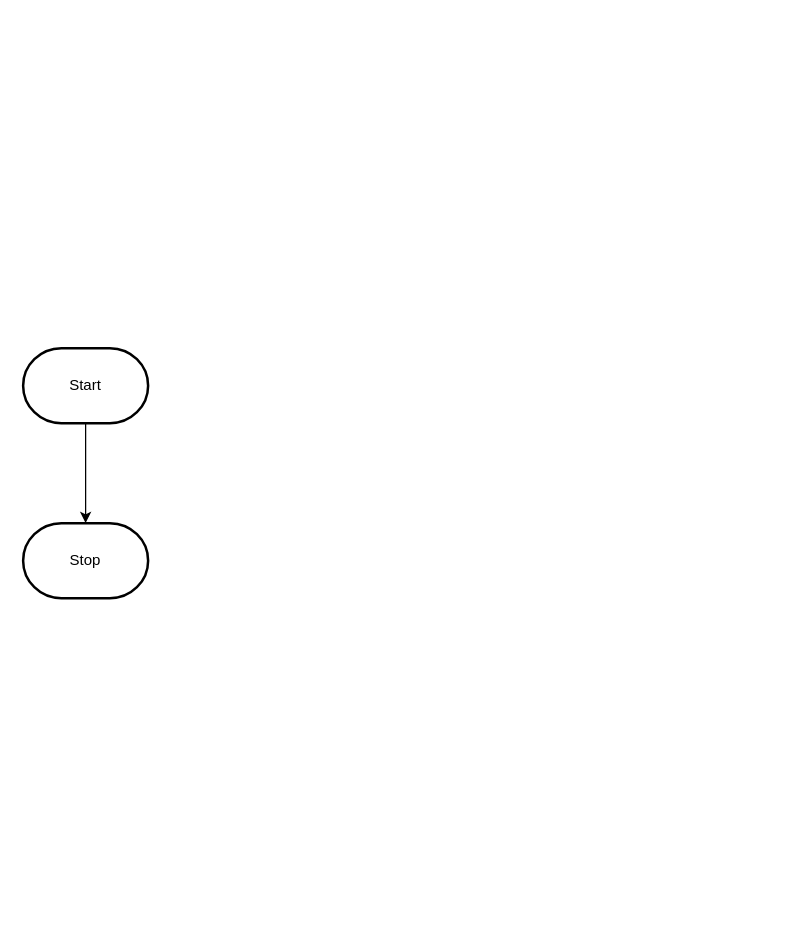
Earlier version of the draw.io diagram design/flowchart.drawio (MTHS-ICS2O-2-2022/ICS2O-Assignment-05-janet-do). Source tidied: cells renumbered, new cells numbered last; positions are measured from the earlier drawing's top-left corner, leaving out a move shared by most shapes. Both pictures are drawn from the tidied source at 125%, with x=0, y=0 at pixel (22, 348).
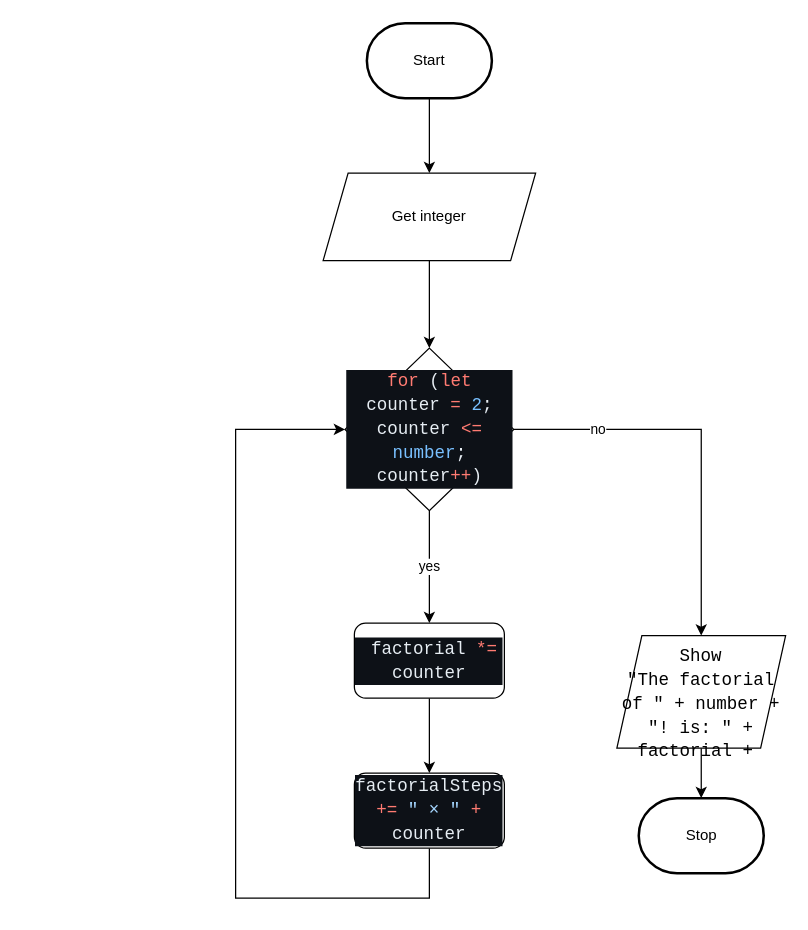
The same diagram, later.

What changed in the source:
```diff
@@
 <mxGraphModel>
   <root>
     <mxCell id="0" />
     <mxCell id="1" parent="0" />
-    <mxCell id="2" style="edgeStyle=orthogonalEdgeStyle;html=1;rounded=0;" parent="1" edge="1" source="3" target="4">
-      <mxGeometry relative="1" as="geometry" />
-    </mxCell>
+    <mxCell id="5" style="edgeStyle=orthogonalEdgeStyle;html=1;rounded=0;" parent="1" edge="1" source="3" target="7">
+      <mxGeometry relative="1" as="geometry" />
+    </mxCell>
     <mxCell id="3" value="Start" style="strokeWidth=2;html=1;shape=mxgraph.flowchart.terminator;whiteSpace=wrap;" parent="1" vertex="1">
-      <mxGeometry width="100" height="60" as="geometry" />
+      <mxGeometry x="275" y="-260" width="100" height="60" as="geometry" />
     </mxCell>
     <mxCell id="4" value="Stop" style="strokeWidth=2;html=1;shape=mxgraph.flowchart.terminator;whiteSpace=wrap;" parent="1" vertex="1">
-      <mxGeometry y="140" width="100" height="60" as="geometry" />
+      <mxGeometry x="492.5" y="360" width="100" height="60" as="geometry" />
     </mxCell>
+    <mxCell id="6" style="edgeStyle=orthogonalEdgeStyle;html=1;entryX=0.5;entryY=0;entryDx=0;entryDy=0;fontColor=#000000;rounded=0;" parent="1" edge="1" source="7" target="11">
+      <mxGeometry relative="1" as="geometry" />
+    </mxCell>
+    <mxCell id="7" value="Get integer" style="shape=parallelogram;perimeter=parallelogramPerimeter;whiteSpace=wrap;html=1;fixedSize=1;" parent="1" vertex="1">
+      <mxGeometry x="240" y="-140" width="170" height="70" as="geometry" />
+    </mxCell>
+    <mxCell id="8" value="yes" style="edgeStyle=orthogonalEdgeStyle;rounded=0;html=1;entryX=0.5;entryY=0;entryDx=0;entryDy=0;fontColor=#000000;" parent="1" edge="1" source="11" target="15">
+      <mxGeometry relative="1" as="geometry" />
+    </mxCell>
+    <mxCell id="9" style="edgeStyle=orthogonalEdgeStyle;rounded=0;html=1;entryX=0.5;entryY=0;entryDx=0;entryDy=0;fontColor=#000000;" parent="1" edge="1" source="11" target="13">
+      <mxGeometry relative="1" as="geometry" />
+    </mxCell>
+    <mxCell id="10" value="no" style="edgeLabel;html=1;align=center;verticalAlign=middle;fontColor=#000000;" parent="9" vertex="1">
+      <mxGeometry x="-0.58" y="1" relative="1" as="geometry">
+        <mxPoint x="1" as="offset" />
+      </mxGeometry>
+    </mxCell>
+    <mxCell id="11" value="&lt;div style=&quot;font-family: Consolas, &amp;quot;Courier New&amp;quot;, monospace; font-size: 14px; line-height: 19px;&quot;&gt;&lt;div style=&quot;color: rgb(230, 237, 243); background-color: rgb(13, 17, 23); line-height: 19px;&quot;&gt;&lt;span style=&quot;color: #ff7b72;&quot;&gt;for&lt;/span&gt; (&lt;span style=&quot;color: #ff7b72;&quot;&gt;let&lt;/span&gt; counter &lt;span style=&quot;color: #ff7b72;&quot;&gt;=&lt;/span&gt; &lt;span style=&quot;color: #79c0ff;&quot;&gt;2&lt;/span&gt;; counter &lt;span style=&quot;color: #ff7b72;&quot;&gt;&amp;lt;=&lt;/span&gt; &lt;span style=&quot;color: #79c0ff;&quot;&gt;number&lt;/span&gt;; counter&lt;span style=&quot;color: #ff7b72;&quot;&gt;++&lt;/span&gt;)&lt;/div&gt;&lt;/div&gt;" style="rhombus;whiteSpace=wrap;html=1;" parent="1" vertex="1">
+      <mxGeometry x="257.5" width="135" height="130" as="geometry" />
+    </mxCell>
+    <mxCell id="12" style="edgeStyle=orthogonalEdgeStyle;rounded=0;html=1;entryX=0.5;entryY=0;entryDx=0;entryDy=0;entryPerimeter=0;fontColor=#000000;" parent="1" edge="1" source="13" target="4">
+      <mxGeometry relative="1" as="geometry" />
+    </mxCell>
+    <mxCell id="13" value="&lt;div style=&quot;font-family: Consolas, &amp;quot;Courier New&amp;quot;, monospace; font-size: 14px; line-height: 19px;&quot;&gt;&lt;div style=&quot;line-height: 19px;&quot;&gt;&lt;br&gt;&lt;/div&gt;&lt;div style=&quot;line-height: 19px;&quot;&gt;Show&lt;/div&gt;&lt;div style=&quot;line-height: 19px;&quot;&gt;&quot;The factorial of &quot; + number + &quot;! is: &quot; + factorial +&amp;nbsp;&lt;/div&gt;&lt;/div&gt;" style="shape=parallelogram;perimeter=parallelogramPerimeter;whiteSpace=wrap;html=1;fixedSize=1;labelBackgroundColor=none;fontColor=#000000;" parent="1" vertex="1">
+      <mxGeometry x="475" y="230" width="135" height="90" as="geometry" />
+    </mxCell>
+    <mxCell id="14" style="edgeStyle=orthogonalEdgeStyle;rounded=0;html=1;entryX=0.5;entryY=0;entryDx=0;entryDy=0;fontColor=#000000;" parent="1" edge="1" source="15" target="17">
+      <mxGeometry relative="1" as="geometry" />
+    </mxCell>
+    <mxCell id="15" value="&lt;div style=&quot;font-family: Consolas, &amp;quot;Courier New&amp;quot;, monospace; font-size: 14px;&quot;&gt;&lt;div style=&quot;color: rgb(230, 237, 243); background-color: rgb(13, 17, 23); line-height: 19px;&quot;&gt;&amp;nbsp;factorial &lt;span style=&quot;color: #ff7b72;&quot;&gt;*=&lt;/span&gt; counter&lt;/div&gt;&lt;/div&gt;" style="rounded=1;whiteSpace=wrap;html=1;labelBackgroundColor=none;fontColor=#000000;" parent="1" vertex="1">
+      <mxGeometry x="265" y="220" width="120" height="60" as="geometry" />
+    </mxCell>
+    <mxCell id="16" style="edgeStyle=orthogonalEdgeStyle;rounded=0;html=1;entryX=0;entryY=0.5;entryDx=0;entryDy=0;fontColor=#000000;" parent="1" edge="1" source="17" target="11">
+      <mxGeometry relative="1" as="geometry">
+        <Array as="points">
+          <mxPoint x="325" y="440" />
+          <mxPoint x="170" y="440" />
+          <mxPoint x="170" y="65" />
+        </Array>
+      </mxGeometry>
+    </mxCell>
+    <mxCell id="17" value="&lt;div style=&quot;color: rgb(230, 237, 243); background-color: rgb(13, 17, 23); font-family: Consolas, &amp;quot;Courier New&amp;quot;, monospace; font-size: 14px; line-height: 19px;&quot;&gt;factorialSteps &lt;span style=&quot;color: #ff7b72;&quot;&gt;+=&lt;/span&gt; &lt;span style=&quot;color: #a5d6ff;&quot;&gt;&quot; × &quot;&lt;/span&gt; &lt;span style=&quot;color: #ff7b72;&quot;&gt;+&lt;/span&gt; counter&lt;/div&gt;" style="rounded=1;whiteSpace=wrap;html=1;labelBackgroundColor=none;fontColor=#000000;" parent="1" vertex="1">
+      <mxGeometry x="265" y="340" width="120" height="60" as="geometry" />
+    </mxCell>
   </root>
 </mxGraphModel>
```
